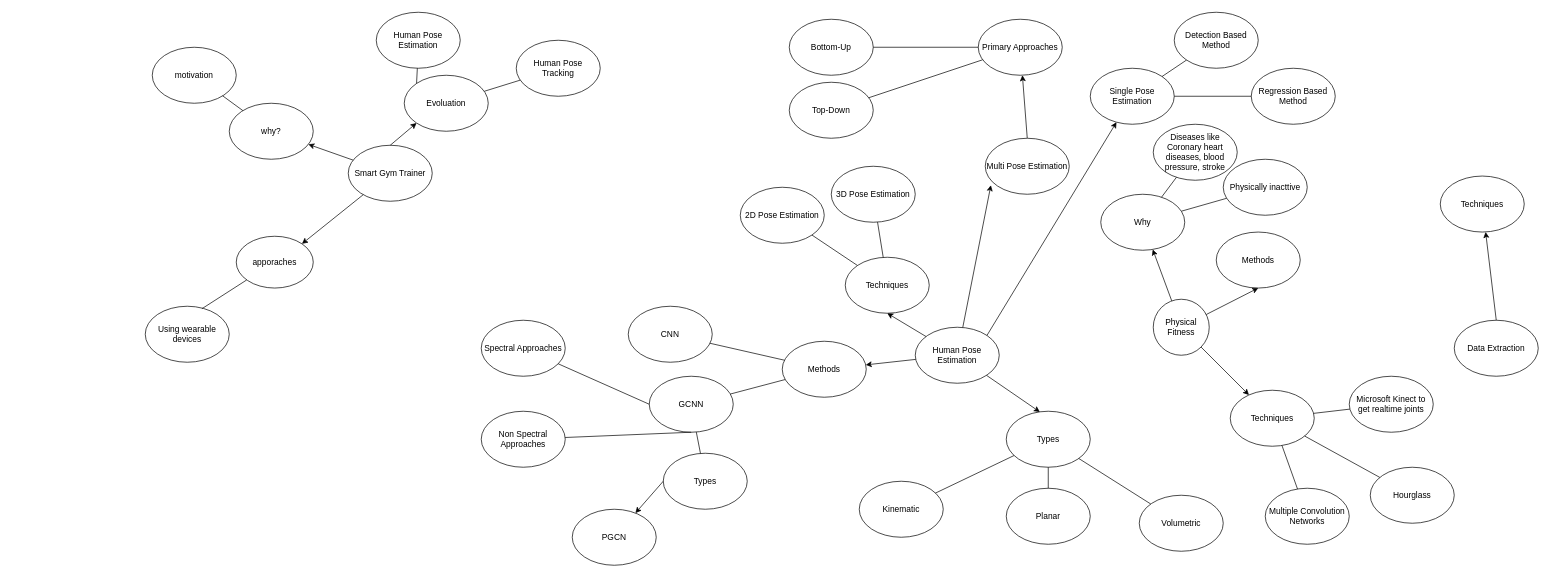
This is Diagrams/Untitled Diagram.drawio from vish84725/Research_Artifacts, a draw.io file, before an edit. Source tidied: cells renumbered, new cells numbered last; positions are measured from the earlier drawing's top-left corner, leaving out a move shared by most shapes. Both pictures are drawn from the tidied source at 70%, with x=0, y=0 at pixel (145, 12).
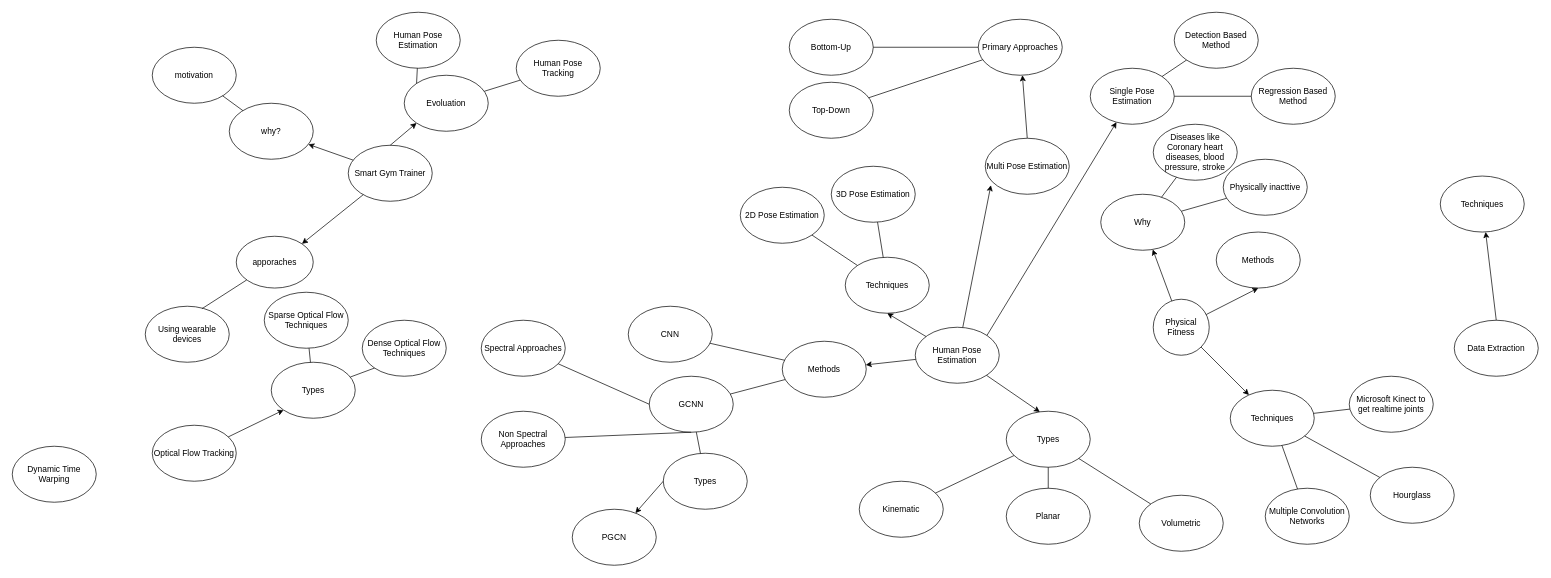
The same diagram, later.

What changed in the source:
```diff
@@
+    <mxCell id="80" value="Optical Flow Tracking" style="ellipse;whiteSpace=wrap;html=1;" parent="1" vertex="1">
+      <mxGeometry x="10" y="590" width="120" height="80" as="geometry" />
+    </mxCell>
+    <mxCell id="81" value="Types" style="ellipse;whiteSpace=wrap;html=1;" parent="1" vertex="1">
+      <mxGeometry x="180" y="500" width="120" height="80" as="geometry" />
+    </mxCell>
+    <mxCell id="82" style="endArrow=classic;html=1;rounded=0;entryX=0;entryY=1;entryDx=0;entryDy=0;" parent="1" edge="1" source="80" target="81">
+      <mxGeometry relative="1" as="geometry" />
+    </mxCell>
+    <mxCell id="83" value="Sparse Optical Flow Techniques" style="ellipse;whiteSpace=wrap;html=1;" parent="1" vertex="1">
+      <mxGeometry x="170" y="400" width="120" height="80" as="geometry" />
+    </mxCell>
+    <mxCell id="84" value="Dense Optical Flow Techniques" style="ellipse;whiteSpace=wrap;html=1;" parent="1" vertex="1">
+      <mxGeometry x="310" y="440" width="120" height="80" as="geometry" />
+    </mxCell>
+    <mxCell id="85" style="endArrow=none;html=1;rounded=0;" parent="1" edge="1" source="81" target="83">
+      <mxGeometry relative="1" as="geometry" />
+    </mxCell>
+    <mxCell id="86" style="endArrow=none;html=1;rounded=0;entryX=0;entryY=1;entryDx=0;entryDy=0;" parent="1" edge="1" source="81" target="84">
+      <mxGeometry relative="1" as="geometry" />
+    </mxCell>
+    <mxCell id="87" value="Dynamic Time Warping" style="ellipse;whiteSpace=wrap;html=1;" parent="1" vertex="1">
+      <mxGeometry x="-190" y="620" width="120" height="80" as="geometry" />
+    </mxCell>
```
